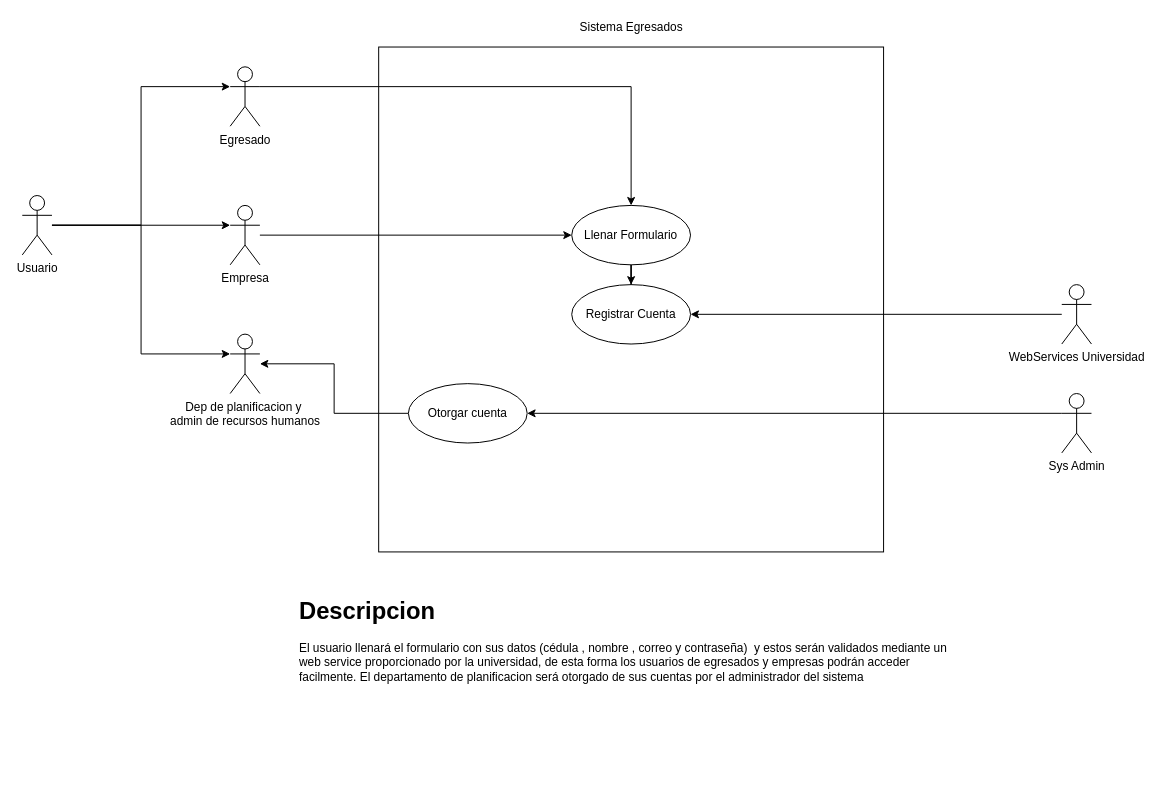
Earlier version of the draw.io diagram page "Modulo Registro" (1 of 6) of Modelo datos.drawio (Jslquintero/Seguimiento-Egresados). Source tidied: cells renumbered, new cells numbered last; positions are measured from the earlier drawing's top-left corner, leaving out a move shared by most shapes. Both pictures are drawn from the tidied source at 99%, with x=0, y=0 at pixel (22, 17).
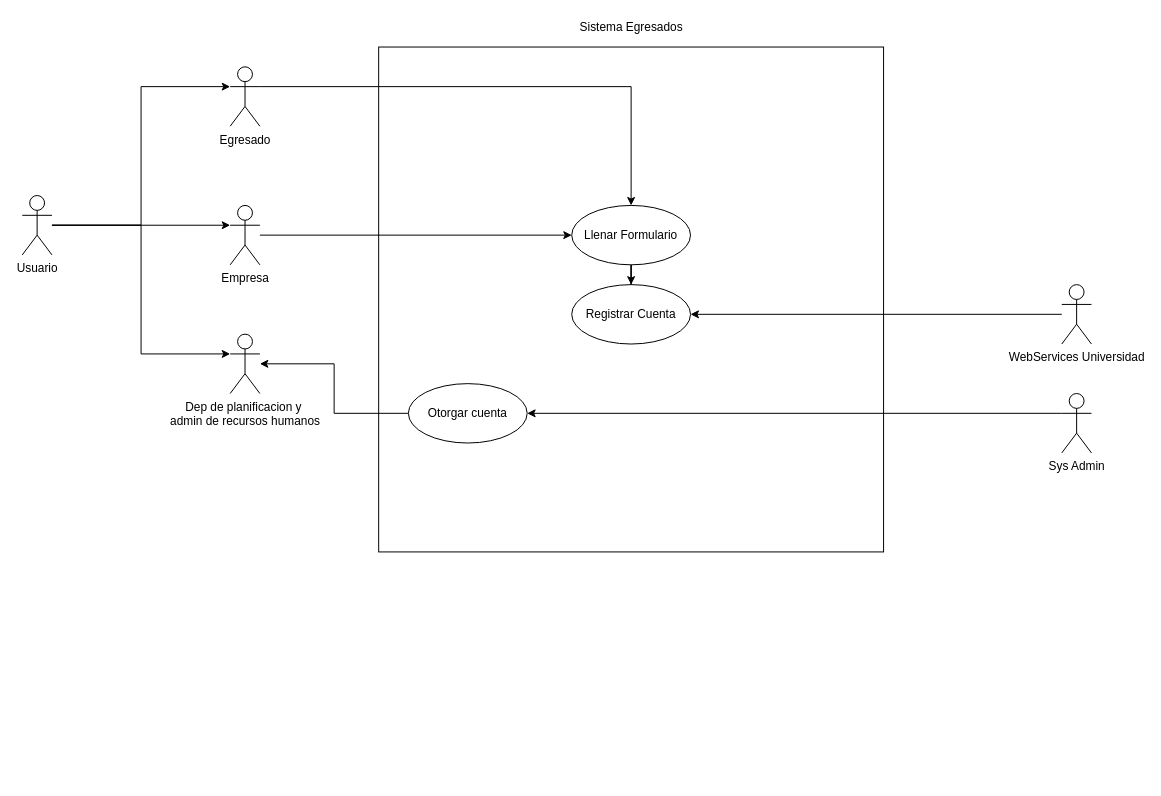
After the change.

Diff of the diagram source:
```diff
@@
-    <mxCell id="21" value="&lt;h1&gt;Descripcion&lt;/h1&gt;&lt;p&gt;El usuario llenará el formulario con sus datos (cédula , nombre , correo y contraseña)&amp;nbsp; y estos serán validados mediante un web service proporcionado por la universidad, de esta forma los usuarios de egresados y empresas podrán acceder facilmente. El departamento de planificacion será otorgado de sus cuentas por el administrador del sistema&lt;/p&gt;" style="text;html=1;strokeColor=none;fillColor=none;spacing=5;spacingTop=-20;whiteSpace=wrap;overflow=hidden;rounded=0;" parent="1" vertex="1">
-      <mxGeometry x="274.5" y="580" width="681" height="190" as="geometry" />
-    </mxCell>
```
